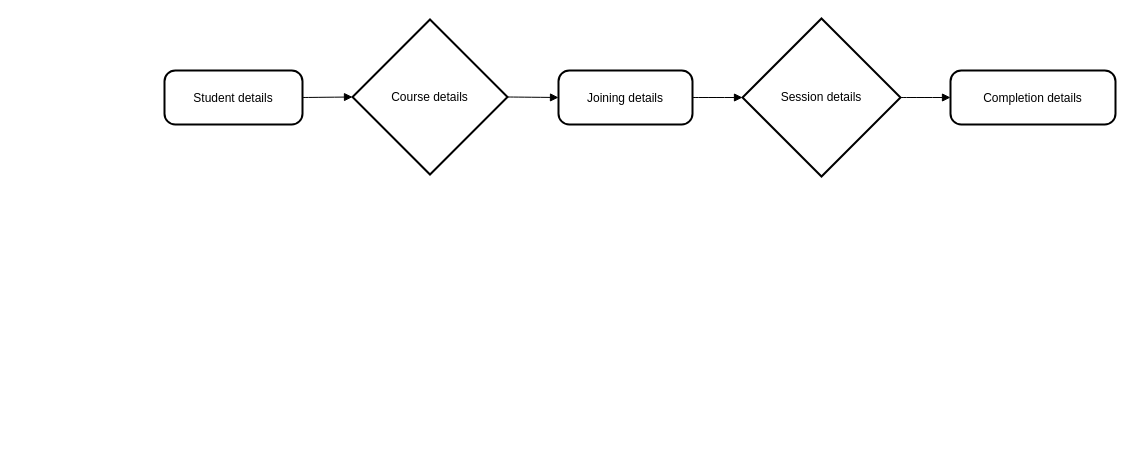
The draw.io diagram Untitled Diagram.drawio in manishankar0922/draw, before the edit. Source tidied: cells renumbered, new cells numbered last; positions are measured from the earlier drawing's top-left corner, leaving out a move shared by most shapes. Both pictures are drawn from the tidied source at 100%, with x=0, y=0 at pixel (164, 18).
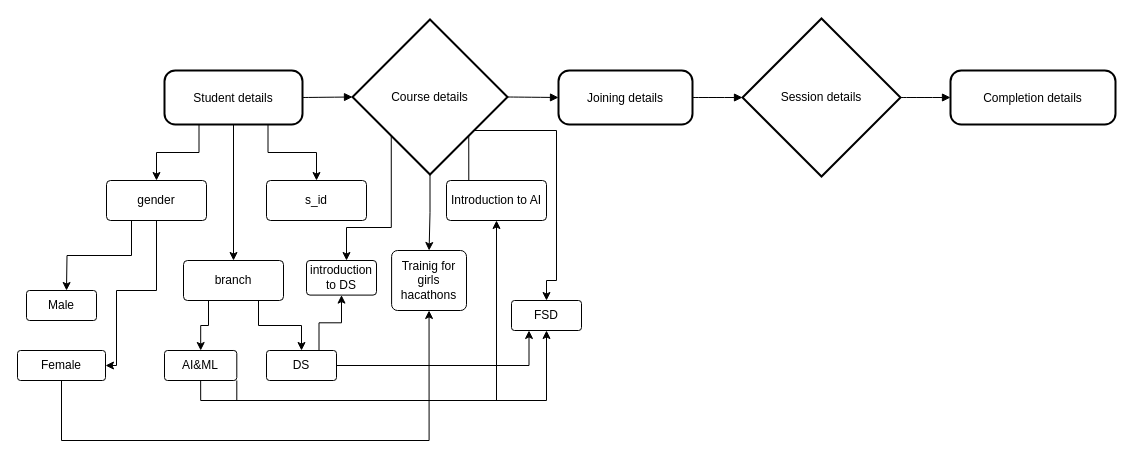
The same page after the edit.

The change refers to these unchanged cells:
```xml
<mxCell id="2" value="Student details" style="rounded=1;arcSize=20;strokeWidth=2;" parent="1" vertex="1">
  <mxGeometry y="52" width="138" height="54" as="geometry" />
</mxCell>
<mxCell id="3" value="Course details" style="rhombus;strokeWidth=2;whiteSpace=wrap;" parent="1" vertex="1">
  <mxGeometry x="188" y="1" width="155" height="155" as="geometry" />
</mxCell>
```

What changed in the source:
```diff
@@
+    <mxCell id="11" style="edgeStyle=orthogonalEdgeStyle;rounded=0;jettySize=auto;html=1;exitX=0.25;exitY=1;exitDx=0;exitDy=0;" parent="1" edge="1" source="2" target="20">
+      <mxGeometry relative="1" as="geometry" />
+    </mxCell>
+    <mxCell id="12" style="edgeStyle=orthogonalEdgeStyle;rounded=0;jettySize=auto;html=1;exitX=0.75;exitY=1;exitDx=0;exitDy=0;" parent="1" edge="1" source="2" target="21">
+      <mxGeometry relative="1" as="geometry" />
+    </mxCell>
+    <mxCell id="13" style="edgeStyle=orthogonalEdgeStyle;rounded=0;jettySize=auto;html=1;exitX=0.5;exitY=1;exitDx=0;exitDy=0;" parent="1" edge="1" source="2" target="24">
+      <mxGeometry relative="1" as="geometry" />
+    </mxCell>
@@
+    <mxCell id="14" style="edgeStyle=orthogonalEdgeStyle;rounded=0;jettySize=auto;html=1;exitX=0.5;exitY=1;exitDx=0;exitDy=0;" parent="1" edge="1" source="3" target="34">
+      <mxGeometry relative="1" as="geometry" />
+    </mxCell>
+    <mxCell id="15" style="edgeStyle=orthogonalEdgeStyle;rounded=0;jettySize=auto;html=1;exitX=1;exitY=1;exitDx=0;exitDy=0;" parent="1" edge="1" source="3" target="35">
+      <mxGeometry relative="1" as="geometry" />
+    </mxCell>
+    <mxCell id="16" style="edgeStyle=orthogonalEdgeStyle;rounded=0;jettySize=auto;html=1;exitX=0;exitY=1;exitDx=0;exitDy=0;" parent="1" edge="1" source="3" target="36">
+      <mxGeometry relative="1" as="geometry">
+        <Array as="points">
+          <mxPoint x="227" y="209" />
+          <mxPoint x="182" y="209" />
+        </Array>
+      </mxGeometry>
+    </mxCell>
+    <mxCell id="17" style="edgeStyle=orthogonalEdgeStyle;rounded=0;jettySize=auto;html=1;exitX=1;exitY=0;exitDx=0;exitDy=0;entryX=0.5;entryY=0;entryDx=0;entryDy=0;" parent="1" edge="1" source="3" target="37">
+      <mxGeometry relative="1" as="geometry">
+        <Array as="points">
+          <mxPoint x="304" y="112" />
+          <mxPoint x="392" y="112" />
+          <mxPoint x="392" y="262" />
+          <mxPoint x="382" y="262" />
+        </Array>
+      </mxGeometry>
+    </mxCell>
@@
+    <mxCell id="18" style="edgeStyle=orthogonalEdgeStyle;rounded=0;jettySize=auto;html=1;exitX=0.25;exitY=1;exitDx=0;exitDy=0;" parent="1" edge="1" source="20">
+      <mxGeometry relative="1" as="geometry">
+        <mxPoint x="-98" y="272" as="targetPoint" />
+      </mxGeometry>
+    </mxCell>
+    <mxCell id="19" style="edgeStyle=orthogonalEdgeStyle;rounded=0;jettySize=auto;html=1;exitX=0.5;exitY=1;exitDx=0;exitDy=0;" parent="1" edge="1" source="20" target="26">
+      <mxGeometry relative="1" as="geometry">
+        <Array as="points">
+          <mxPoint x="-8" y="272" />
+          <mxPoint x="-48" y="272" />
+        </Array>
+      </mxGeometry>
+    </mxCell>
+    <mxCell id="20" value="gender" style="rounded=1;arcSize=10;whiteSpace=wrap;html=1;align=center;" parent="1" vertex="1">
+      <mxGeometry x="-58" y="162" width="100" height="40" as="geometry" />
+    </mxCell>
+    <mxCell id="21" value="s_id" style="rounded=1;arcSize=10;whiteSpace=wrap;html=1;align=center;" parent="1" vertex="1">
+      <mxGeometry x="102" y="162" width="100" height="40" as="geometry" />
+    </mxCell>
+    <mxCell id="22" style="edgeStyle=orthogonalEdgeStyle;rounded=0;jettySize=auto;html=1;exitX=0.25;exitY=1;exitDx=0;exitDy=0;" parent="1" edge="1" source="24" target="30">
+      <mxGeometry relative="1" as="geometry" />
+    </mxCell>
+    <mxCell id="23" style="edgeStyle=orthogonalEdgeStyle;rounded=0;jettySize=auto;html=1;exitX=0.75;exitY=1;exitDx=0;exitDy=0;" parent="1" edge="1" source="24" target="33">
+      <mxGeometry relative="1" as="geometry" />
+    </mxCell>
+    <mxCell id="24" value="branch" style="rounded=1;arcSize=10;whiteSpace=wrap;html=1;align=center;" parent="1" vertex="1">
+      <mxGeometry x="19" y="242" width="100" height="40" as="geometry" />
+    </mxCell>
+    <mxCell id="25" style="edgeStyle=orthogonalEdgeStyle;rounded=0;jettySize=auto;html=1;entryX=0.5;entryY=1;entryDx=0;entryDy=0;" parent="1" edge="1" source="26" target="34">
+      <mxGeometry relative="1" as="geometry">
+        <Array as="points">
+          <mxPoint x="-103" y="422" />
+          <mxPoint x="265" y="422" />
+        </Array>
+      </mxGeometry>
+    </mxCell>
+    <mxCell id="26" value="Female" style="rounded=1;arcSize=10;whiteSpace=wrap;html=1;align=center;" parent="1" vertex="1">
+      <mxGeometry x="-147" y="332" width="88" height="30" as="geometry" />
+    </mxCell>
+    <mxCell id="27" value="Male" style="rounded=1;arcSize=10;whiteSpace=wrap;html=1;align=center;" parent="1" vertex="1">
+      <mxGeometry x="-138" y="272" width="70" height="30" as="geometry" />
+    </mxCell>
+    <mxCell id="28" style="edgeStyle=orthogonalEdgeStyle;rounded=0;jettySize=auto;html=1;exitX=0.5;exitY=1;exitDx=0;exitDy=0;" parent="1" edge="1" source="30" target="35">
+      <mxGeometry relative="1" as="geometry" />
+    </mxCell>
+    <mxCell id="29" style="edgeStyle=orthogonalEdgeStyle;rounded=0;jettySize=auto;html=1;exitX=1;exitY=1;exitDx=0;exitDy=0;entryX=0.5;entryY=1;entryDx=0;entryDy=0;" parent="1" edge="1" source="30" target="37">
+      <mxGeometry relative="1" as="geometry" />
+    </mxCell>
+    <mxCell id="30" value="AI&amp;amp;ML" style="rounded=1;arcSize=10;whiteSpace=wrap;html=1;align=center;" parent="1" vertex="1">
+      <mxGeometry y="332" width="72.3" height="30" as="geometry" />
+    </mxCell>
+    <mxCell id="31" style="edgeStyle=orthogonalEdgeStyle;rounded=0;jettySize=auto;html=1;exitX=0.75;exitY=0;exitDx=0;exitDy=0;entryX=0.5;entryY=1;entryDx=0;entryDy=0;" parent="1" edge="1" source="33" target="36">
+      <mxGeometry relative="1" as="geometry" />
+    </mxCell>
+    <mxCell id="32" style="edgeStyle=orthogonalEdgeStyle;rounded=0;jettySize=auto;html=1;exitX=1;exitY=0.5;exitDx=0;exitDy=0;entryX=0.25;entryY=1;entryDx=0;entryDy=0;" parent="1" edge="1" source="33" target="37">
+      <mxGeometry relative="1" as="geometry" />
+    </mxCell>
+    <mxCell id="33" value="DS" style="rounded=1;arcSize=10;whiteSpace=wrap;html=1;align=center;" parent="1" vertex="1">
+      <mxGeometry x="102" y="332" width="70" height="30" as="geometry" />
+    </mxCell>
+    <mxCell id="34" value="Trainig for girls hacathons" style="rounded=1;arcSize=10;whiteSpace=wrap;html=1;align=center;" parent="1" vertex="1">
+      <mxGeometry x="227.1" y="232" width="74.9" height="60" as="geometry" />
+    </mxCell>
+    <mxCell id="35" value="Introduction to AI" style="rounded=1;arcSize=10;whiteSpace=wrap;html=1;align=center;" parent="1" vertex="1">
+      <mxGeometry x="282" y="162" width="100" height="40" as="geometry" />
+    </mxCell>
+    <mxCell id="36" value="introduction to DS" style="rounded=1;arcSize=10;whiteSpace=wrap;html=1;align=center;" parent="1" vertex="1">
+      <mxGeometry x="142" y="242" width="70" height="34.6" as="geometry" />
+    </mxCell>
+    <mxCell id="37" value="FSD" style="rounded=1;arcSize=10;whiteSpace=wrap;html=1;align=center;" parent="1" vertex="1">
+      <mxGeometry x="347" y="282" width="70" height="30" as="geometry" />
+    </mxCell>
```
